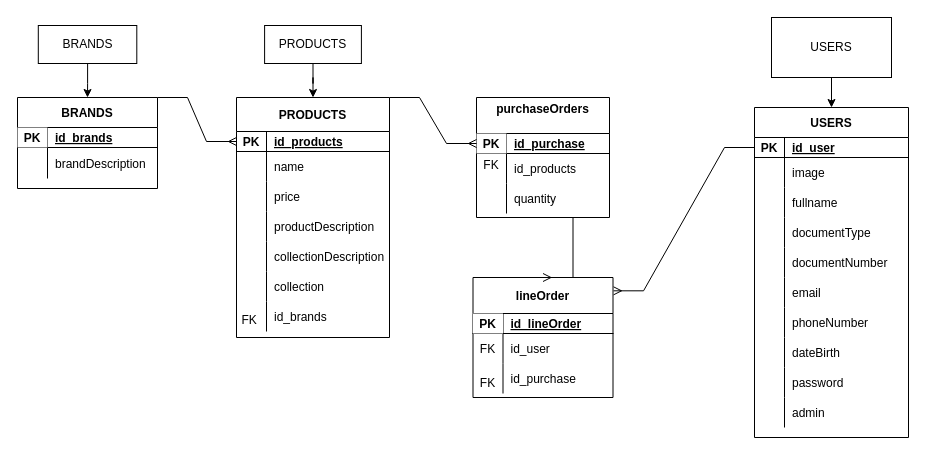
This is DIAGRAMA TEAL.drawio from dianaarroyave/grupo5webTeal, a draw.io file, before an edit. Source tidied: cells renumbered, new cells numbered last; positions are measured from the earlier drawing's top-left corner, leaving out a move shared by most shapes. Both pictures are drawn from the tidied source at 100%, with x=0, y=0 at pixel (17, 17).
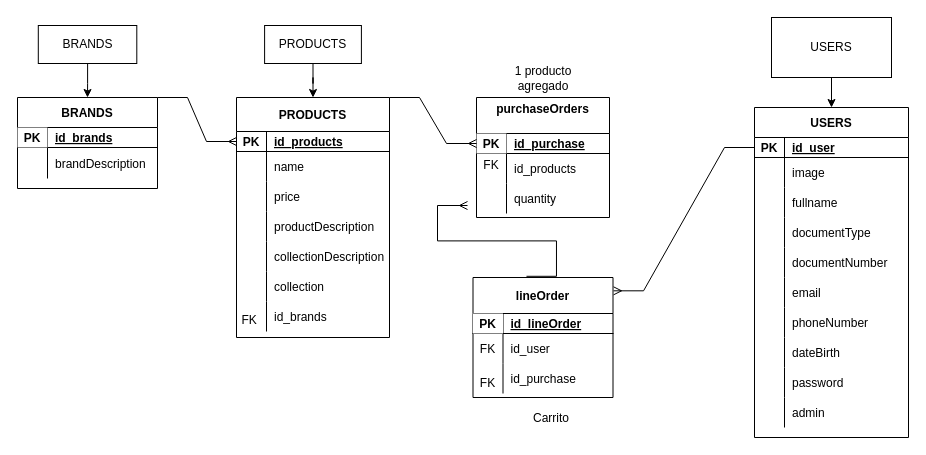
The same diagram, later.

The change refers to these unchanged cells:
```xml
<mxCell id="61" value="lineOrder" style="shape=table;startSize=36;childLayout=tableLayout;rowLines=0;fontStyle=1;align=center;" parent="1" vertex="1">
  <mxGeometry x="455.5" y="260" width="140" height="120" as="geometry" />
</mxCell>
<mxCell id="81" value="purchaseOrders&#10;" style="shape=table;startSize=36;childLayout=tableLayout;rowLines=0;fontStyle=1;align=center;" parent="1" vertex="1">
  <mxGeometry x="459" y="80" width="133" height="120" as="geometry" />
</mxCell>
```

The edit, as a diff of the source:
```diff
@@
-    <mxCell id="94" style="edgeStyle=entityRelationEdgeStyle;fontSize=12;html=1;endArrow=ERmany;rounded=0;exitX=0.5;exitY=1;exitDx=0;exitDy=0;entryX=0.5;entryY=0;entryDx=0;entryDy=0;" parent="1" edge="1" source="81" target="61">
-      <mxGeometry relative="1" as="geometry" />
+    <mxCell id="94" style="edgeStyle=entityRelationEdgeStyle;fontSize=12;html=1;endArrow=ERmany;rounded=0;exitX=0.382;exitY=-0.01;exitDx=0;exitDy=0;exitPerimeter=0;" parent="1" edge="1" source="61">
+      <mxGeometry relative="1" as="geometry">
+        <mxPoint x="450" y="188" as="targetPoint" />
+      </mxGeometry>
     </mxCell>
+    <mxCell id="95" value="Carrito" style="text;html=1;strokeColor=none;fillColor=none;align=center;verticalAlign=middle;whiteSpace=wrap;rounded=0;" parent="1" vertex="1">
+      <mxGeometry x="504" y="386" width="60" height="30" as="geometry" />
+    </mxCell>
+    <mxCell id="96" value="1 producto agregado" style="text;html=1;strokeColor=none;fillColor=none;align=center;verticalAlign=middle;whiteSpace=wrap;rounded=0;" parent="1" vertex="1">
+      <mxGeometry x="495.5" y="46" width="60" height="30" as="geometry" />
+    </mxCell>
```
